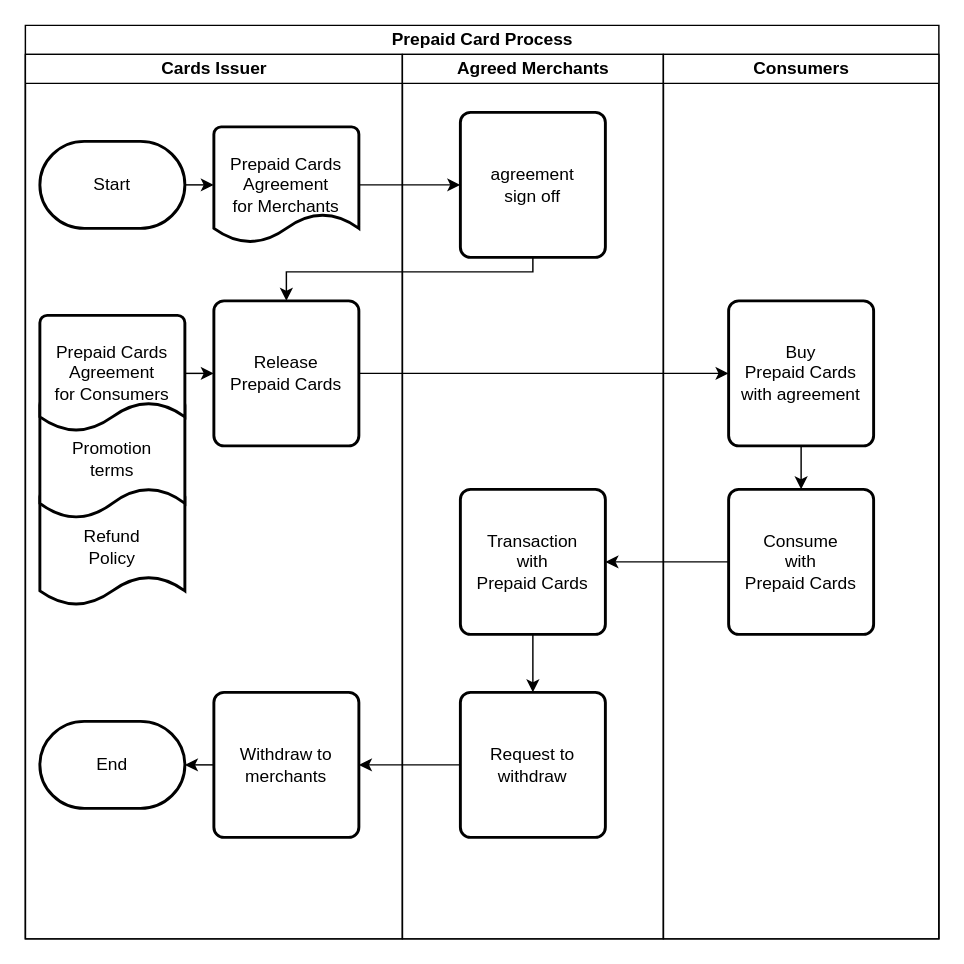
Before: prepaid card process.drawio in LinhaiShen/draw.io, a draw.io diagram. Source tidied: cells renumbered, new cells numbered last; positions are measured from the earlier drawing's top-left corner, leaving out a move shared by most shapes. Both pictures are drawn from the tidied source at 145%, with x=0, y=0 at pixel (25, 25).
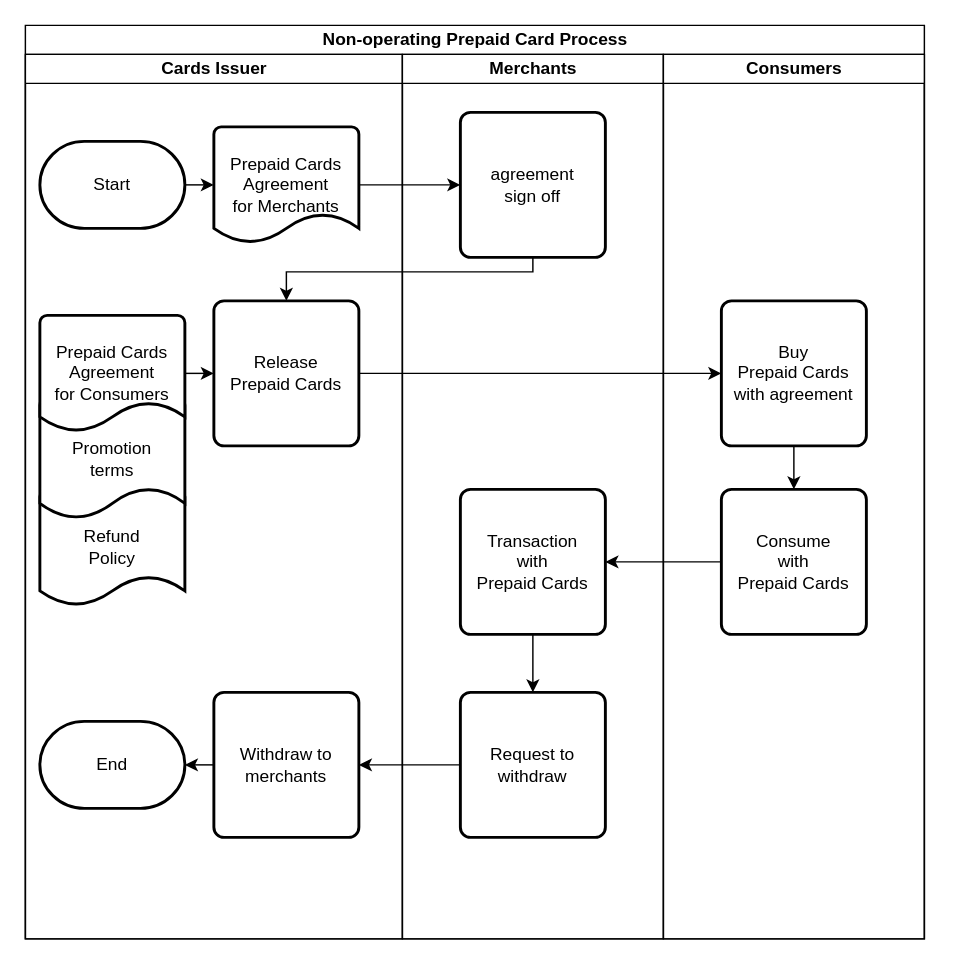
The same diagram, later.

What changed in the source:
```diff
@@
-    <mxCell id="2" value="Prepaid Card Process" style="swimlane;startSize=20;html=1;" parent="1" vertex="1">
-      <mxGeometry width="630" height="630" as="geometry" />
+    <mxCell id="2" value="Non-operating Prepaid Card Process" style="swimlane;startSize=20;html=1;" parent="1" vertex="1">
+      <mxGeometry width="620" height="630" as="geometry" />
     </mxCell>
@@
-    <mxCell id="15" value="Agreed Merchants" style="swimlane;startSize=20;html=1;" parent="2" vertex="1">
+    <mxCell id="15" value="Merchants" style="swimlane;startSize=20;html=1;" parent="2" vertex="1">
       <mxGeometry x="260" y="20" width="180" height="610" as="geometry" />
     </mxCell>
@@
     <mxCell id="20" value="Consumers" style="swimlane;startSize=20;html=1;" parent="2" vertex="1">
-      <mxGeometry x="440" y="20" width="190" height="610" as="geometry" />
+      <mxGeometry x="440" y="20" width="180" height="610" as="geometry" />
     </mxCell>
@@
     <mxCell id="22" value="Buy&lt;br&gt;Prepaid Cards&lt;br&gt;with agreement" style="rounded=1;whiteSpace=wrap;html=1;absoluteArcSize=1;arcSize=14;strokeWidth=2;" parent="20" vertex="1">
-      <mxGeometry x="45" y="170" width="100" height="100" as="geometry" />
+      <mxGeometry x="40" y="170" width="100" height="100" as="geometry" />
     </mxCell>
     <mxCell id="23" value="Consume&lt;br&gt;with&lt;br&gt;Prepaid Cards" style="rounded=1;whiteSpace=wrap;html=1;absoluteArcSize=1;arcSize=14;strokeWidth=2;" parent="20" vertex="1">
-      <mxGeometry x="45" y="300" width="100" height="100" as="geometry" />
+      <mxGeometry x="40" y="300" width="100" height="100" as="geometry" />
     </mxCell>
```
